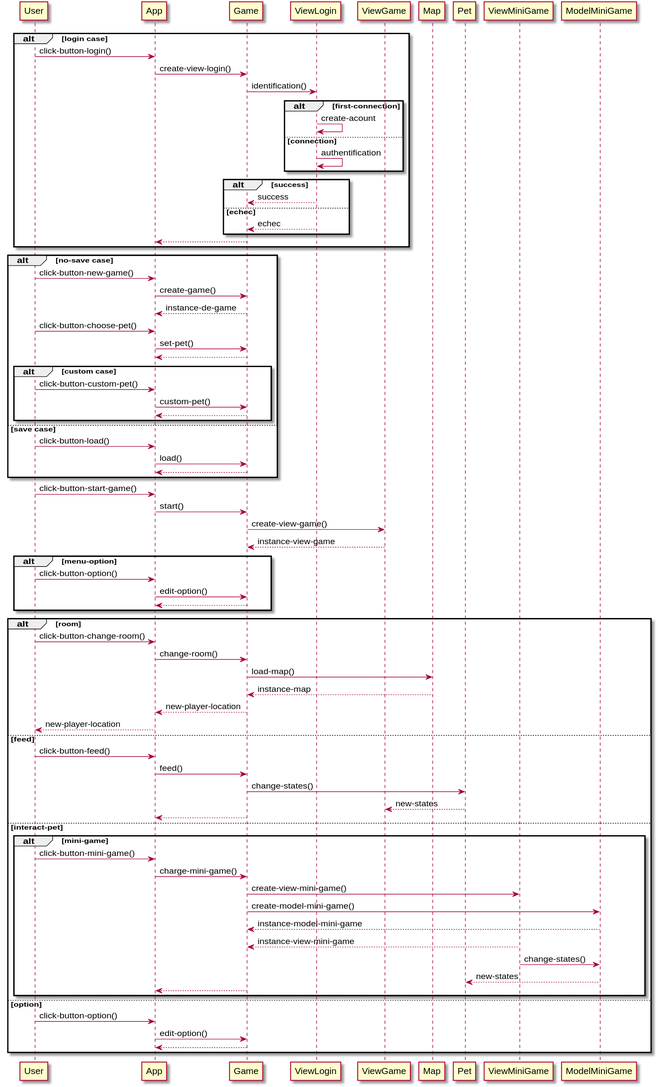
This is diagrams/diagram-sequence.svg from 83NJAM1/Tamagotchi, a PlantUML export, as it was before one commit. Its diagram source:
```plantuml
@startuml

    alt login case

        User -> App : click-button-login()
        App -> Game : create-view-login()
        Game -> ViewLogin : identification()

        alt first-connection

            ViewLogin -> ViewLogin : create-acount

        else connection

            ViewLogin -> ViewLogin : authentification

        end

        alt success

            ViewLogin --> Game : success

        else echec

        ViewLogin --> Game : echec

    end

    Game --> App

    end

    alt no-save case

        User -> App : click-button-new-game()
        App -> Game : create-game()
        Game --> App : instance-de-game

        User -> App : click-button-choose-pet()
        App -> Game : set-pet()
        Game --> App

        alt custom case

            User -> App : click-button-custom-pet()
            App -> Game : custom-pet()
            Game --> App

        end

    else save case

        User -> App : click-button-load()
        App -> Game : load()
        Game --> App

    end

    User -> App : click-button-start-game()
    App -> Game : start()
    Game -> ViewGame : create-view-game()
    ViewGame --> Game : instance-view-game

    alt menu-option

        User -> App : click-button-option()
        App -> Game : edit-option()
        Game --> App

    end

    alt room

        User -> App : click-button-change-room()
        App -> Game : change-room()
        Game -> Map : load-map()
        Map --> Game : instance-map

        Game --> App : new-player-location
        App --> User : new-player-location

    else feed

        User -> App : click-button-feed()
        App -> Game : feed()
        Game -> Pet : change-states()
        Pet --> ViewGame : new-states
        Game --> App

    else interact-pet

        alt mini-game
            User -> App : click-button-mini-game()
            App -> Game : charge-mini-game()
            Game -> ViewMiniGame : create-view-mini-game()
            Game -> ModelMiniGame : create-model-mini-game()
            ModelMiniGame --> Game : instance-model-mini-game
            ViewMiniGame --> Game : instance-view-mini-game
            ViewMiniGame -> ModelMiniGame : change-states()
            ModelMiniGame --> Pet : new-states
            Game --> App
        end

    else option

        User -> App : click-button-option()
        App -> Game : edit-option()
        Game --> App

    end

@enduml
```
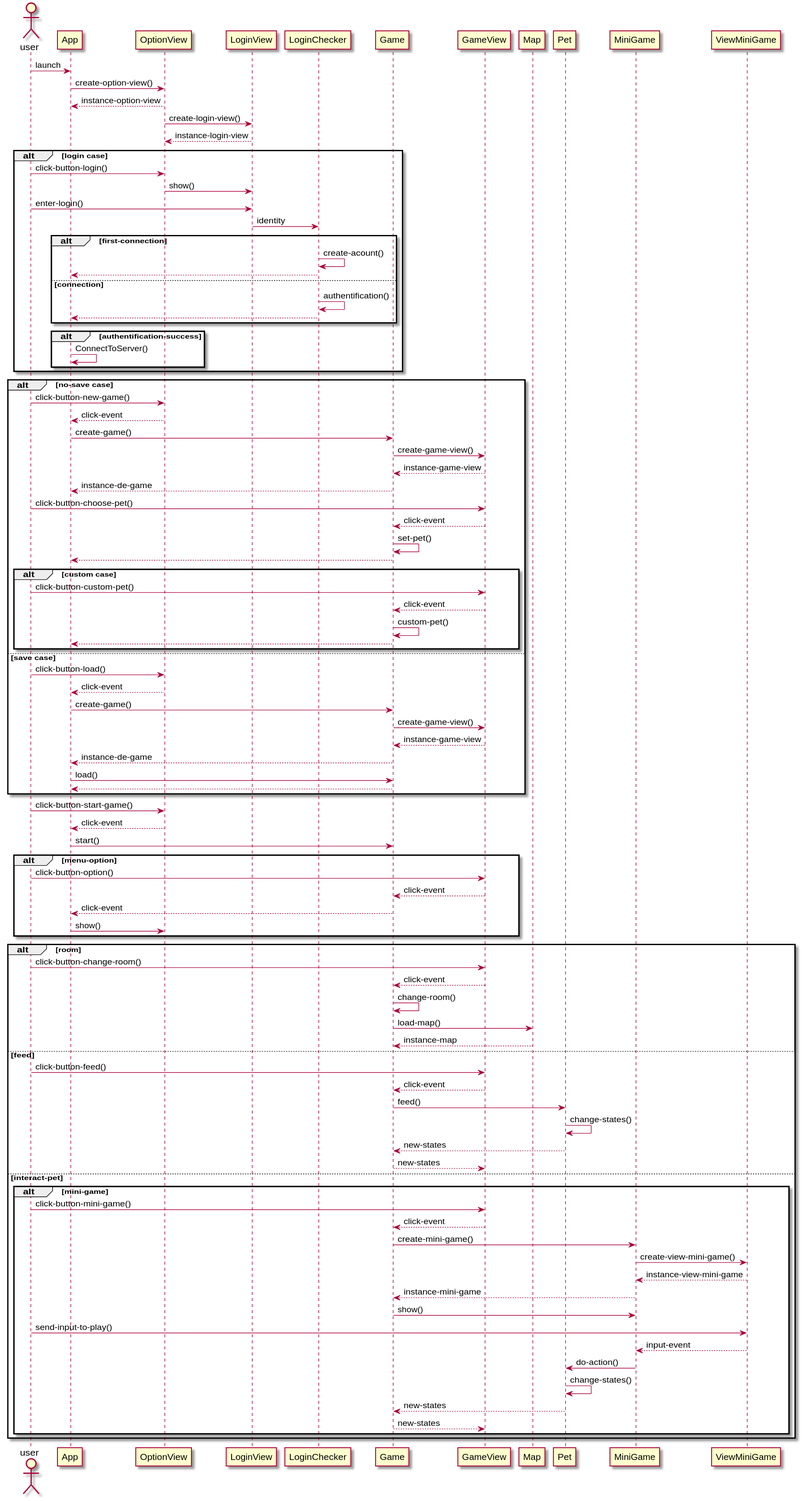
The same diagram one commit later.

Commit message:
modif diag seq

Diff of the diagram source:
```diff
@@ -1,111 +1,129 @@
 @startuml
+
+    actor user as Player
+
+    Player -> App : launch
+
+    App -> OptionView : create-option-view()
+    OptionView --> App : instance-option-view
+    OptionView -> LoginView : create-login-view()
+    LoginView --> OptionView : instance-login-view
+
 
     alt login case
 
-        User -> App : click-button-login()
-        App -> Game : create-view-login()
-        Game -> ViewLogin : identification()
+        Player -> OptionView : click-button-login()
+        OptionView -> LoginView : show()
+        Player -> LoginView : enter-login()
+        LoginView -> LoginChecker : identity
 
         alt first-connection
 
-            ViewLogin -> ViewLogin : create-acount
+            LoginChecker -> LoginChecker : create-acount()
+            LoginChecker --> App
 
         else connection
 
-            ViewLogin -> ViewLogin : authentification
+            LoginChecker -> LoginChecker : authentification()
+            LoginChecker --> App
 
         end
 
-        alt success
+        alt authentification-success
 
-            ViewLogin --> Game : success
+            App -> App : ConnectToServer()
 
-        else echec
-
-        ViewLogin --> Game : echec
-
-    end
-
-    Game --> App
+        end
 
     end
 
     alt no-save case
 
-        User -> App : click-button-new-game()
+        Player -> OptionView : click-button-new-game()
+        OptionView --> App : click-event
         App -> Game : create-game()
+        Game -> GameView : create-game-view()
+        GameView --> Game : instance-game-view
         Game --> App : instance-de-game
 
-        User -> App : click-button-choose-pet()
-        App -> Game : set-pet()
+        Player -> GameView : click-button-choose-pet()
+        GameView --> Game : click-event
+        Game -> Game : set-pet()
         Game --> App
 
         alt custom case
 
-            User -> App : click-button-custom-pet()
-            App -> Game : custom-pet()
+            Player -> GameView : click-button-custom-pet()
+            GameView --> Game : click-event
+            Game -> Game : custom-pet()
             Game --> App
 
         end
 
     else save case
 
-        User -> App : click-button-load()
+        Player -> OptionView : click-button-load()
+        OptionView --> App : click-event
+        App -> Game : create-game()
+        Game -> GameView : create-game-view()
+        GameView --> Game : instance-game-view
+        Game --> App : instance-de-game
+
         App -> Game : load()
         Game --> App
 
     end
 
-    User -> App : click-button-start-game()
+    Player -> OptionView : click-button-start-game()
+    OptionView --> App : click-event
     App -> Game : start()
-    Game -> ViewGame : create-view-game()
-    ViewGame --> Game : instance-view-game
 
     alt menu-option
 
-        User -> App : click-button-option()
-        App -> Game : edit-option()
-        Game --> App
+        Player -> GameView : click-button-option()
+        GameView --> Game : click-event
+        Game --> App : click-event
+        App -> OptionView : show()
 
     end
 
     alt room
 
-        User -> App : click-button-change-room()
-        App -> Game : change-room()
+        Player -> GameView : click-button-change-room()
+        GameView --> Game : click-event
+        Game -> Game : change-room()
         Game -> Map : load-map()
         Map --> Game : instance-map
 
-        Game --> App : new-player-location
-        App --> User : new-player-location
-
     else feed
 
-        User -> App : click-button-feed()
-        App -> Game : feed()
-        Game -> Pet : change-states()
-        Pet --> ViewGame : new-states
-        Game --> App
+        Player -> GameView : click-button-feed()
+        GameView --> Game : click-event
+        Game -> Pet : feed()
+        Pet -> Pet : change-states()
+        Pet --> Game : new-states
+        Game --> GameView : new-states
 
     else interact-pet
 
         alt mini-game
-            User -> App : click-button-mini-game()
-            App -> Game : charge-mini-game()
-            Game -> ViewMiniGame : create-view-mini-game()
-            Game -> ModelMiniGame : create-model-mini-game()
-            ModelMiniGame --> Game : instance-model-mini-game
-            ViewMiniGame --> Game : instance-view-mini-game
-            ViewMiniGame -> ModelMiniGame : change-states()
-            ModelMiniGame --> Pet : new-states
-            Game --> App
+
+            Player -> GameView : click-button-mini-game()
+            GameView --> Game : click-event
+            Game -> MiniGame : create-mini-game()
+            MiniGame -> ViewMiniGame : create-view-mini-game()
+            ViewMiniGame --> MiniGame : instance-view-mini-game
+            MiniGame --> Game : instance-mini-game
+            Game -> MiniGame : show()
+
+            Player -> ViewMiniGame : send-input-to-play()
+            ViewMiniGame --> MiniGame : input-event
+            MiniGame -> Pet : do-action()
+            Pet -> Pet : change-states()
+            Pet --> Game : new-states
+            Game --> GameView : new-states
+
         end
-
-    else option
-
-        User -> App : click-button-option()
-        App -> Game : edit-option()
-        Game --> App
 
     end
 
```
